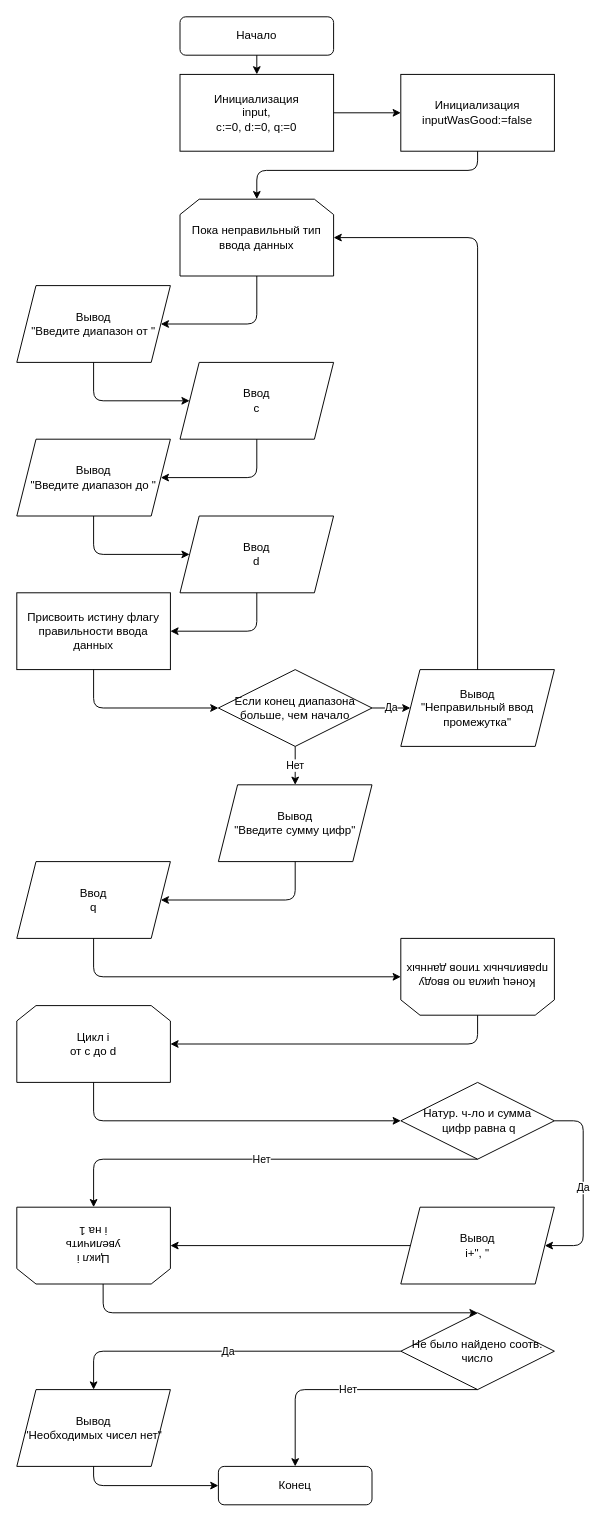
Earlier version of the draw.io diagram Untitled Diagram.drawio (Bagdasaryan/Bagdasaryan). Source tidied: cells renumbered, new cells numbered last; positions are measured from the earlier drawing's top-left corner, leaving out a move shared by most shapes. Both pictures are drawn from the tidied source at 96%, with x=0, y=0 at pixel (16, 16).
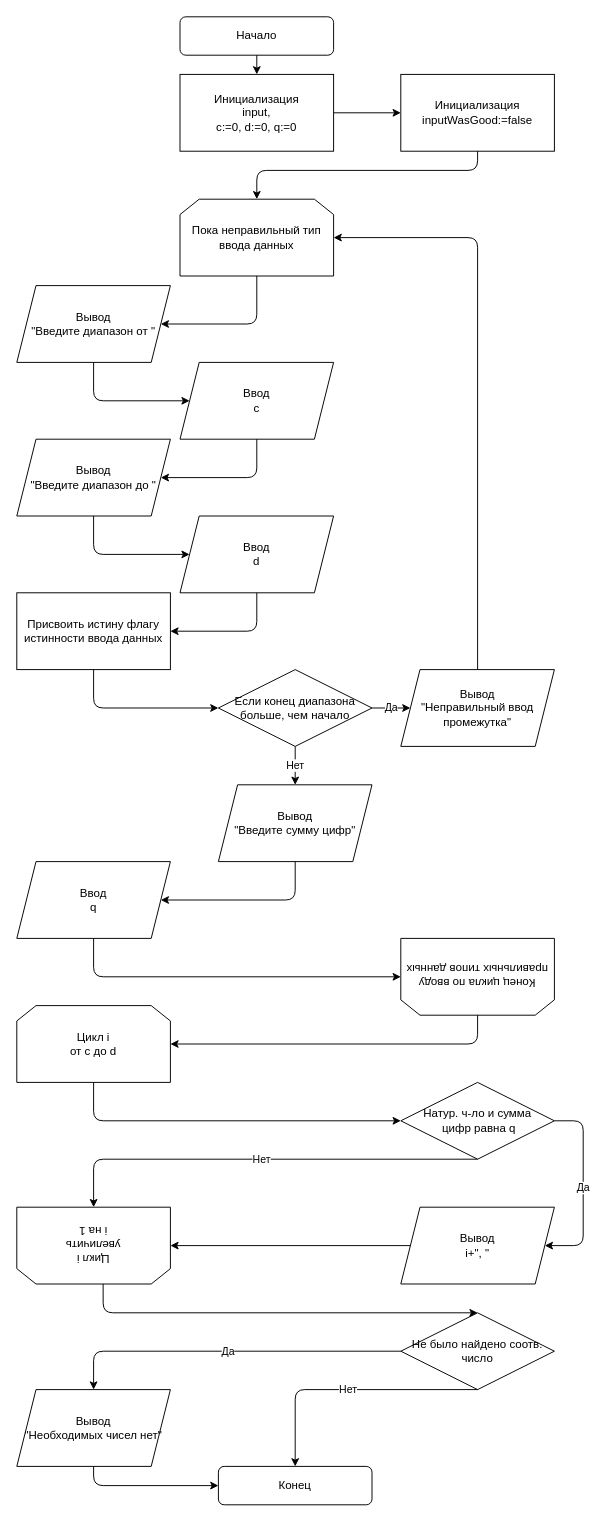
After the change.

Change to the diagram source:
```diff
@@
-    <mxCell id="17" value="Присвоить истину флагу правильности ввода данных" style="rounded=0;whiteSpace=wrap;html=1;" parent="1" vertex="1">
+    <mxCell id="17" value="Присвоить истину флагу истинности ввода данных" style="rounded=0;whiteSpace=wrap;html=1;" parent="1" vertex="1">
       <mxGeometry y="600" width="160" height="80" as="geometry" />
     </mxCell>
```
